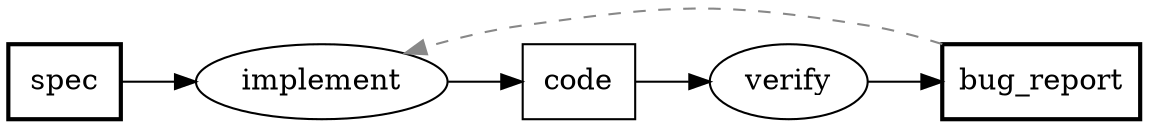
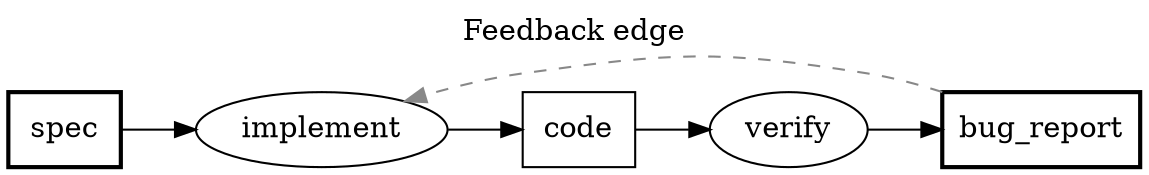
digraph PFDSL {
  rankdir=LR;
  newrank=true;
+   label="Feedback edge";
+   labelloc="t";

  "bug_report" [shape=box, label="bug_report", penwidth="2"];
  "code" [shape=box, label="code"];
  "implement" [shape=ellipse, label="implement"];
  "spec" [shape=box, label="spec", penwidth="2"];
  "verify" [shape=ellipse, label="verify"];

  "spec" -> "implement";
  "implement" -> "code";
  "code" -> "verify";
  "verify" -> "bug_report";
  "bug_report" -> "implement" [style=dashed, color="#888888", constraint=false];
}
